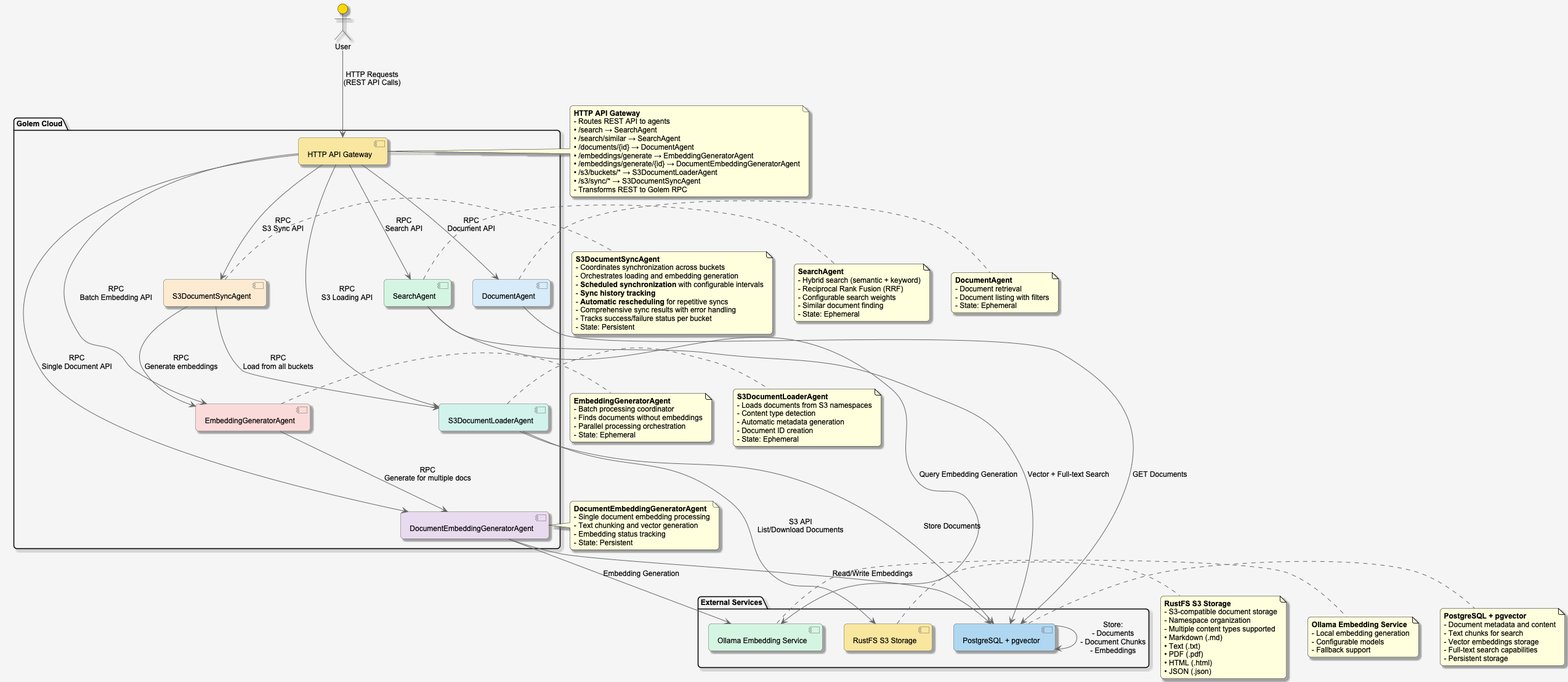
Before: architecture.png, a diagram exported from PlantUML (justcoon/golem-rag-rust).
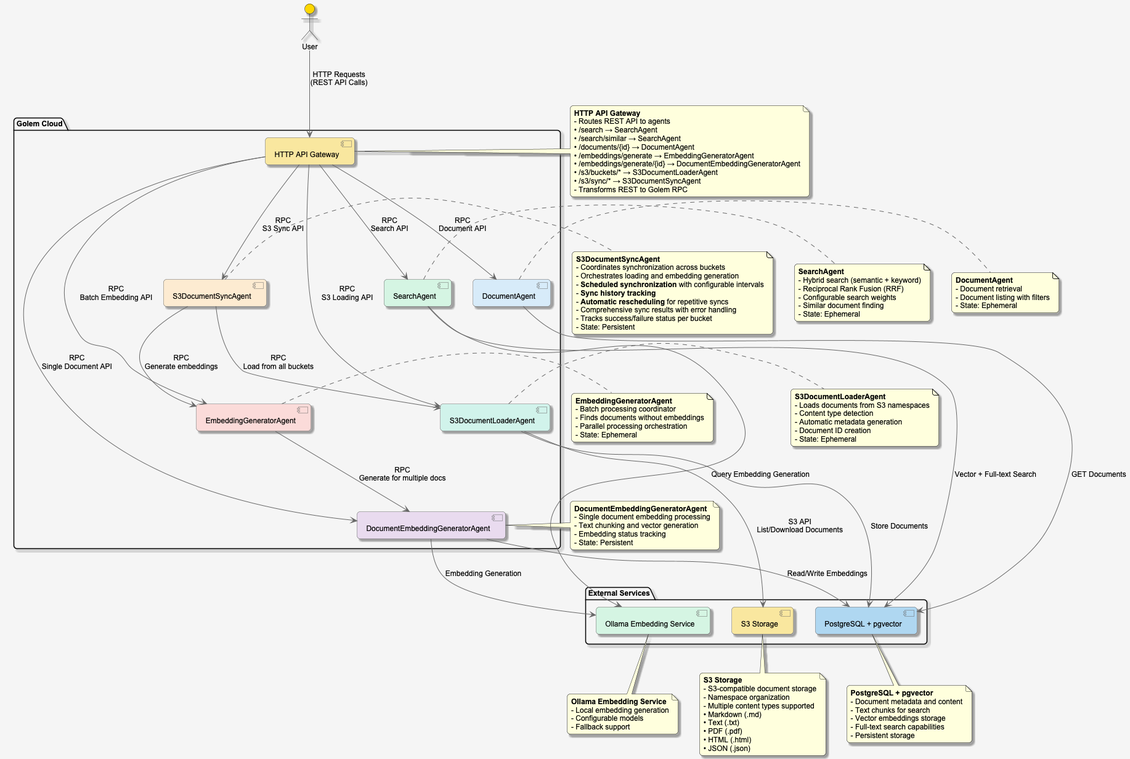
The same file after the commit.

What changed in the source:
```diff
@@ -12,7 +12,7 @@
 
 actor "User" as user #FFD700
 
-package "Golem Cloud" {
+package "Golem Cloud" as golem {
     [HTTP API Gateway] as gateway #F9E79F
     [SearchAgent] as search #D5F5E3
     [DocumentAgent] as document #D6EAF8
@@ -22,13 +22,11 @@
     [S3DocumentSyncAgent] as s3_sync #FDEBD0
 }
 
-package "External Services" {
+package "External Services" as external {
     [PostgreSQL + pgvector] as postgres #AED6F1
-    [RustFS S3 Storage] as s3 #F9E79F
+    [S3 Storage] as s3 #F9E79F
     [Ollama Embedding Service] as ollama #D5F5E3
 }
-
-gateway -[hidden]-> postgres
 
 user --> gateway : "HTTP Requests\n(REST API Calls)"
 
@@ -53,8 +51,6 @@
 
 s3_sync --> s3_loader : "RPC\nLoad from all buckets"
 s3_sync --> embedding_gen : "RPC\nGenerate embeddings"
-
-postgres --> postgres : "Store:\n- Documents\n- Document Chunks\n- Embeddings"
 
 note right of gateway
   <b>HTTP API Gateway</b>
@@ -122,7 +118,7 @@
   - State: Persistent
 end note
 
-note right of postgres
+note bottom of postgres
   <b>PostgreSQL + pgvector</b>
   - Document metadata and content
   - Text chunks for search
@@ -131,8 +127,8 @@
   - Persistent storage
 end note
 
-note right of s3
-  <b>RustFS S3 Storage</b>
+note bottom of s3
+  <b>S3 Storage</b>
   - S3-compatible document storage
   - Namespace organization
   - Multiple content types supported
@@ -143,7 +139,7 @@
   • JSON (.json)
 end note
 
-note right of ollama
+note bottom of ollama
   <b>Ollama Embedding Service</b>
   - Local embedding generation
   - Configurable models
```
